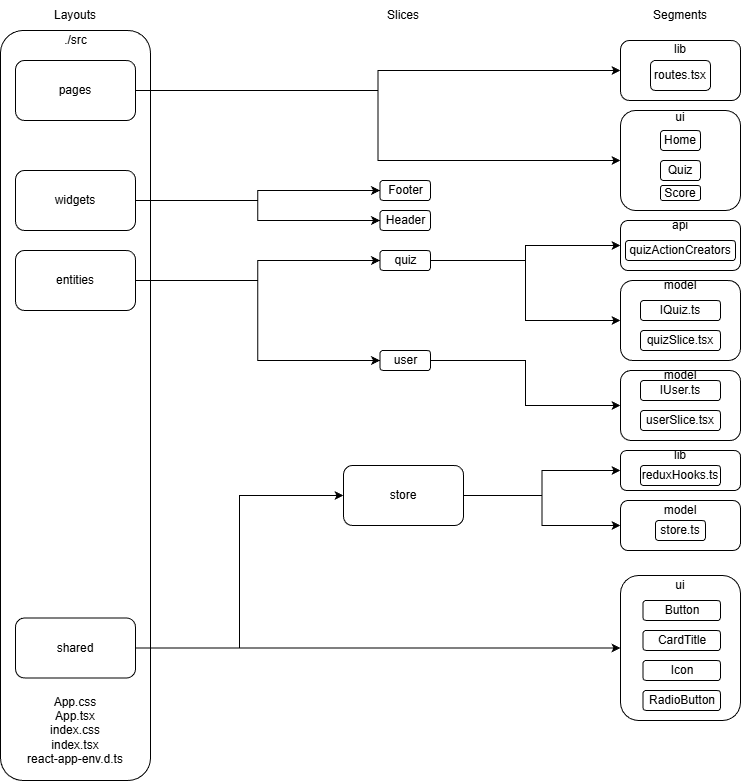
Above: Application-architecture.png in ephadeev/365Scores-Quiz (draw.io), before the change. Source tidied: cells renumbered, new cells last; positions are measured from the earlier drawing's top-left corner, leaving out a move shared by most shapes.
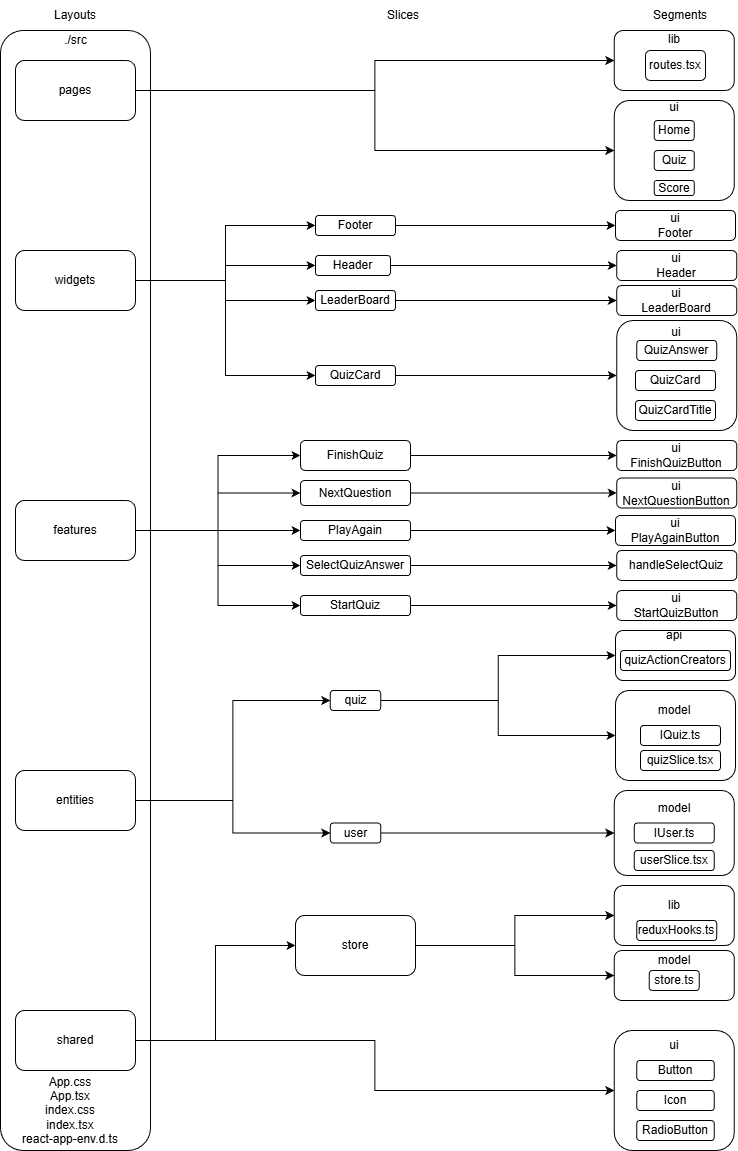
After the change.

Commit message:
fixed Application-architecture scheme according to the last changes in project

What changed in the source:
```diff
@@ -3,7 +3,7 @@
     <mxCell id="0" />
     <mxCell id="1" parent="0" />
     <mxCell id="2" style="rounded=1;whiteSpace=wrap;html=1;" parent="1" vertex="1">
-      <mxGeometry y="30" width="150" height="750" as="geometry" />
+      <mxGeometry y="30" width="150" height="1120" as="geometry" />
     </mxCell>
     <mxCell id="3" value="./src" style="text;html=1;whiteSpace=wrap;strokeColor=none;fillColor=none;align=center;verticalAlign=middle;rounded=0;" parent="1" vertex="1">
       <mxGeometry x="52.5" y="30" width="45" height="20" as="geometry" />
@@ -15,7 +15,7 @@
       <mxGeometry relative="1" as="geometry" />
     </mxCell>
     <mxCell id="6" value="entities" style="rounded=1;whiteSpace=wrap;html=1;" parent="1" vertex="1">
-      <mxGeometry x="15" y="250" width="120" height="60" as="geometry" />
+      <mxGeometry x="15" y="770" width="120" height="60" as="geometry" />
     </mxCell>
     <mxCell id="7" style="edgeStyle=orthogonalEdgeStyle;rounded=0;jettySize=auto;html=1;entryX=0;entryY=0.5;entryDx=0;entryDy=0;" parent="1" edge="1" source="9" target="46">
       <mxGeometry relative="1" as="geometry" />
@@ -24,7 +24,7 @@
       <mxGeometry relative="1" as="geometry" />
     </mxCell>
     <mxCell id="9" value="shared" style="rounded=1;whiteSpace=wrap;html=1;" parent="1" vertex="1">
-      <mxGeometry x="15" y="617.5" width="120" height="60" as="geometry" />
+      <mxGeometry x="15" y="1010" width="120" height="60" as="geometry" />
     </mxCell>
     <mxCell id="10" style="edgeStyle=orthogonalEdgeStyle;rounded=0;jettySize=auto;html=1;entryX=0;entryY=0.5;entryDx=0;entryDy=0;" parent="1" edge="1" source="12" target="26">
       <mxGeometry relative="1" as="geometry" />
@@ -32,8 +32,14 @@
     <mxCell id="11" style="edgeStyle=orthogonalEdgeStyle;rounded=0;jettySize=auto;html=1;entryX=0;entryY=0.5;entryDx=0;entryDy=0;" parent="1" edge="1" source="12" target="27">
       <mxGeometry relative="1" as="geometry" />
     </mxCell>
+    <mxCell id="59" style="edgeStyle=orthogonalEdgeStyle;rounded=0;jettySize=auto;html=1;entryX=0;entryY=0.5;entryDx=0;entryDy=0;" parent="1" edge="1" source="12" target="70">
+      <mxGeometry relative="1" as="geometry" />
+    </mxCell>
+    <mxCell id="60" style="edgeStyle=orthogonalEdgeStyle;rounded=0;jettySize=auto;html=1;entryX=0;entryY=0.5;entryDx=0;entryDy=0;" parent="1" edge="1" source="12" target="72">
+      <mxGeometry relative="1" as="geometry" />
+    </mxCell>
     <mxCell id="12" value="widgets" style="rounded=1;whiteSpace=wrap;html=1;" parent="1" vertex="1">
-      <mxGeometry x="15" y="170" width="120" height="60" as="geometry" />
+      <mxGeometry x="15" y="250" width="120" height="60" as="geometry" />
     </mxCell>
     <mxCell id="13" style="edgeStyle=orthogonalEdgeStyle;rounded=0;jettySize=auto;html=1;entryX=0;entryY=0.5;entryDx=0;entryDy=0;" parent="1" edge="1" source="15" target="20">
       <mxGeometry relative="1" as="geometry" />
@@ -44,9 +50,6 @@
     <mxCell id="15" value="pages" style="rounded=1;whiteSpace=wrap;html=1;" parent="1" vertex="1">
       <mxGeometry x="15" y="60" width="120" height="60" as="geometry" />
     </mxCell>
-    <mxCell id="16" value="App.css&lt;div&gt;App.tsx&lt;/div&gt;&lt;div&gt;index.css&lt;/div&gt;&lt;div&gt;index.tsx&lt;/div&gt;&lt;div&gt;react-app-env.d.ts&lt;/div&gt;" style="text;html=1;whiteSpace=wrap;strokeColor=none;fillColor=none;align=center;verticalAlign=middle;rounded=0;" parent="1" vertex="1">
-      <mxGeometry x="20" y="690" width="110" height="80" as="geometry" />
-    </mxCell>
     <mxCell id="17" value="Layouts" style="text;html=1;whiteSpace=wrap;strokeColor=none;fillColor=none;align=center;verticalAlign=middle;rounded=0;" parent="1" vertex="1">
       <mxGeometry x="45" width="60" height="30" as="geometry" />
     </mxCell>
@@ -57,28 +60,34 @@
       <mxGeometry x="373" width="60" height="30" as="geometry" />
     </mxCell>
     <mxCell id="20" value="lib&lt;div&gt;&lt;br&gt;&lt;/div&gt;&lt;div&gt;&lt;br&gt;&lt;/div&gt;&lt;div&gt;&lt;br&gt;&lt;/div&gt;" style="rounded=1;whiteSpace=wrap;html=1;" parent="1" vertex="1">
-      <mxGeometry x="620" y="40" width="120" height="60" as="geometry" />
+      <mxGeometry x="613.8" y="30" width="120" height="60" as="geometry" />
     </mxCell>
     <mxCell id="21" value="ui&lt;div&gt;&lt;br&gt;&lt;/div&gt;&lt;div&gt;&lt;br&gt;&lt;/div&gt;&lt;div&gt;&lt;br&gt;&lt;/div&gt;&lt;div&gt;&lt;br&gt;&lt;/div&gt;&lt;div&gt;&lt;br&gt;&lt;/div&gt;&lt;div&gt;&lt;br&gt;&lt;/div&gt;" style="rounded=1;whiteSpace=wrap;html=1;" parent="1" vertex="1">
-      <mxGeometry x="620" y="110" width="120" height="100" as="geometry" />
+      <mxGeometry x="613.8" y="100" width="120" height="100" as="geometry" />
     </mxCell>
     <mxCell id="22" value="routes.tsx" style="rounded=1;whiteSpace=wrap;html=1;" parent="1" vertex="1">
-      <mxGeometry x="650" y="60" width="60" height="30" as="geometry" />
+      <mxGeometry x="645" y="50" width="60" height="30" as="geometry" />
     </mxCell>
     <mxCell id="23" value="Home" style="rounded=1;whiteSpace=wrap;html=1;" parent="1" vertex="1">
-      <mxGeometry x="660" y="130" width="40" height="20" as="geometry" />
+      <mxGeometry x="653.8" y="120" width="40" height="20" as="geometry" />
     </mxCell>
     <mxCell id="24" value="Quiz" style="rounded=1;whiteSpace=wrap;html=1;" parent="1" vertex="1">
-      <mxGeometry x="660" y="160" width="40" height="20" as="geometry" />
+      <mxGeometry x="653.8" y="150" width="40" height="20" as="geometry" />
     </mxCell>
     <mxCell id="25" value="Score" style="rounded=1;whiteSpace=wrap;html=1;" parent="1" vertex="1">
-      <mxGeometry x="660" y="185" width="40" height="15" as="geometry" />
+      <mxGeometry x="653.8" y="180" width="40" height="15" as="geometry" />
     </mxCell>
+    <mxCell id="61" style="edgeStyle=orthogonalEdgeStyle;rounded=0;jettySize=auto;html=1;entryX=0;entryY=0.5;entryDx=0;entryDy=0;" parent="1" edge="1" source="26" target="91">
+      <mxGeometry relative="1" as="geometry" />
+    </mxCell>
     <mxCell id="26" value="Footer" style="rounded=1;whiteSpace=wrap;html=1;" parent="1" vertex="1">
-      <mxGeometry x="379.5" y="180" width="50.5" height="20" as="geometry" />
+      <mxGeometry x="315" y="215" width="80" height="20" as="geometry" />
     </mxCell>
+    <mxCell id="62" style="edgeStyle=orthogonalEdgeStyle;rounded=0;jettySize=auto;html=1;entryX=0;entryY=0.5;entryDx=0;entryDy=0;" parent="1" edge="1" source="27" target="90">
+      <mxGeometry relative="1" as="geometry" />
+    </mxCell>
     <mxCell id="27" value="Header" style="rounded=1;whiteSpace=wrap;html=1;" parent="1" vertex="1">
-      <mxGeometry x="379.5" y="210" width="50.5" height="20" as="geometry" />
+      <mxGeometry x="315" y="255" width="75" height="20" as="geometry" />
     </mxCell>
     <mxCell id="28" style="edgeStyle=orthogonalEdgeStyle;rounded=0;jettySize=auto;html=1;entryX=0;entryY=0.5;entryDx=0;entryDy=0;" parent="1" edge="1" source="30" target="33">
       <mxGeometry relative="1" as="geometry" />
@@ -87,46 +96,46 @@
       <mxGeometry relative="1" as="geometry" />
     </mxCell>
     <mxCell id="30" value="quiz" style="rounded=1;whiteSpace=wrap;html=1;" parent="1" vertex="1">
-      <mxGeometry x="379.5" y="250" width="50.5" height="20" as="geometry" />
+      <mxGeometry x="329.8" y="690" width="50.5" height="20" as="geometry" />
     </mxCell>
     <mxCell id="31" style="edgeStyle=orthogonalEdgeStyle;rounded=0;jettySize=auto;html=1;entryX=0;entryY=0.5;entryDx=0;entryDy=0;" parent="1" edge="1" source="32" target="40">
       <mxGeometry relative="1" as="geometry" />
     </mxCell>
     <mxCell id="32" value="user" style="rounded=1;whiteSpace=wrap;html=1;" parent="1" vertex="1">
-      <mxGeometry x="379.5" y="350" width="50.5" height="20" as="geometry" />
+      <mxGeometry x="329.8" y="822.5" width="50.5" height="20" as="geometry" />
     </mxCell>
     <mxCell id="33" style="rounded=1;whiteSpace=wrap;html=1;" parent="1" vertex="1">
-      <mxGeometry x="620" y="220" width="120" height="50" as="geometry" />
+      <mxGeometry x="615" y="630" width="120" height="50" as="geometry" />
     </mxCell>
     <mxCell id="34" value="api" style="text;html=1;whiteSpace=wrap;strokeColor=none;fillColor=none;align=center;verticalAlign=middle;rounded=0;" parent="1" vertex="1">
-      <mxGeometry x="650" y="210" width="60" height="30" as="geometry" />
+      <mxGeometry x="643.8" y="620" width="60" height="30" as="geometry" />
     </mxCell>
     <mxCell id="35" style="rounded=1;whiteSpace=wrap;html=1;" parent="1" vertex="1">
-      <mxGeometry x="620" y="280" width="120" height="80" as="geometry" />
+      <mxGeometry x="615" y="690" width="120" height="90" as="geometry" />
     </mxCell>
     <mxCell id="36" value="model" style="text;html=1;whiteSpace=wrap;strokeColor=none;fillColor=none;align=center;verticalAlign=middle;rounded=0;" parent="1" vertex="1">
-      <mxGeometry x="650" y="270" width="60" height="30" as="geometry" />
+      <mxGeometry x="643.8" y="695" width="60" height="30" as="geometry" />
     </mxCell>
     <mxCell id="37" value="quizActionCreators" style="rounded=1;whiteSpace=wrap;html=1;" parent="1" vertex="1">
-      <mxGeometry x="625" y="240" width="110" height="20" as="geometry" />
+      <mxGeometry x="620" y="650" width="110" height="20" as="geometry" />
     </mxCell>
     <mxCell id="38" value="IQuiz.ts" style="rounded=1;whiteSpace=wrap;html=1;" parent="1" vertex="1">
-      <mxGeometry x="640" y="300" width="80" height="20" as="geometry" />
+      <mxGeometry x="640" y="725" width="80" height="20" as="geometry" />
     </mxCell>
     <mxCell id="39" value="quizSlice.tsx" style="rounded=1;whiteSpace=wrap;html=1;" parent="1" vertex="1">
-      <mxGeometry x="640" y="330" width="80" height="20" as="geometry" />
+      <mxGeometry x="640" y="750" width="80" height="20" as="geometry" />
     </mxCell>
     <mxCell id="40" style="rounded=1;whiteSpace=wrap;html=1;" parent="1" vertex="1">
-      <mxGeometry x="620" y="370" width="120" height="70" as="geometry" />
+      <mxGeometry x="613.8" y="790" width="120" height="85" as="geometry" />
     </mxCell>
     <mxCell id="41" value="model" style="text;html=1;whiteSpace=wrap;strokeColor=none;fillColor=none;align=center;verticalAlign=middle;rounded=0;" parent="1" vertex="1">
-      <mxGeometry x="650" y="360" width="60" height="30" as="geometry" />
+      <mxGeometry x="643.8" y="792.5" width="60" height="30" as="geometry" />
     </mxCell>
     <mxCell id="42" value="IUser.ts" style="rounded=1;whiteSpace=wrap;html=1;" parent="1" vertex="1">
-      <mxGeometry x="640" y="380" width="80" height="20" as="geometry" />
+      <mxGeometry x="633.8" y="822.5" width="80" height="20" as="geometry" />
     </mxCell>
     <mxCell id="43" value="userSlice.tsx" style="rounded=1;whiteSpace=wrap;html=1;" parent="1" vertex="1">
-      <mxGeometry x="640" y="410" width="80" height="20" as="geometry" />
+      <mxGeometry x="633.8" y="850" width="80" height="20" as="geometry" />
     </mxCell>
     <mxCell id="44" style="edgeStyle=orthogonalEdgeStyle;rounded=0;jettySize=auto;html=1;entryX=0;entryY=0.5;entryDx=0;entryDy=0;" parent="1" edge="1" source="46" target="47">
       <mxGeometry relative="1" as="geometry" />
@@ -135,43 +144,139 @@
       <mxGeometry relative="1" as="geometry" />
     </mxCell>
     <mxCell id="46" value="store" style="rounded=1;whiteSpace=wrap;html=1;" parent="1" vertex="1">
-      <mxGeometry x="343" y="465" width="120" height="60" as="geometry" />
+      <mxGeometry x="295" y="915" width="120" height="60" as="geometry" />
     </mxCell>
     <mxCell id="47" style="rounded=1;whiteSpace=wrap;html=1;" parent="1" vertex="1">
-      <mxGeometry x="620" y="450" width="120" height="40" as="geometry" />
+      <mxGeometry x="613.8" y="885" width="120" height="60" as="geometry" />
     </mxCell>
     <mxCell id="48" value="reduxHooks.ts" style="rounded=1;whiteSpace=wrap;html=1;" parent="1" vertex="1">
-      <mxGeometry x="640" y="465" width="80" height="20" as="geometry" />
+      <mxGeometry x="636.2" y="920" width="80" height="20" as="geometry" />
     </mxCell>
     <mxCell id="49" value="lib" style="text;html=1;whiteSpace=wrap;strokeColor=none;fillColor=none;align=center;verticalAlign=middle;rounded=0;" parent="1" vertex="1">
-      <mxGeometry x="650" y="440" width="60" height="30" as="geometry" />
+      <mxGeometry x="643.8" y="890" width="60" height="30" as="geometry" />
     </mxCell>
     <mxCell id="50" style="rounded=1;whiteSpace=wrap;html=1;" parent="1" vertex="1">
-      <mxGeometry x="620" y="500" width="120" height="50" as="geometry" />
+      <mxGeometry x="613.8" y="950" width="120" height="50" as="geometry" />
     </mxCell>
     <mxCell id="51" value="model" style="text;html=1;whiteSpace=wrap;strokeColor=none;fillColor=none;align=center;verticalAlign=middle;rounded=0;" parent="1" vertex="1">
-      <mxGeometry x="650" y="495" width="60" height="30" as="geometry" />
+      <mxGeometry x="643.8" y="945" width="60" height="30" as="geometry" />
     </mxCell>
     <mxCell id="52" value="store.ts" style="rounded=1;whiteSpace=wrap;html=1;" parent="1" vertex="1">
-      <mxGeometry x="655" y="520" width="50" height="20" as="geometry" />
+      <mxGeometry x="648.8" y="970" width="50" height="20" as="geometry" />
     </mxCell>
     <mxCell id="53" style="rounded=1;whiteSpace=wrap;html=1;" parent="1" vertex="1">
-      <mxGeometry x="620" y="575" width="120" height="145" as="geometry" />
+      <mxGeometry x="613.8" y="1030" width="120" height="120" as="geometry" />
     </mxCell>
     <mxCell id="54" value="ui" style="text;html=1;whiteSpace=wrap;strokeColor=none;fillColor=none;align=center;verticalAlign=middle;rounded=0;" parent="1" vertex="1">
-      <mxGeometry x="650" y="570" width="60" height="30" as="geometry" />
+      <mxGeometry x="643.8" y="1040" width="60" height="10" as="geometry" />
     </mxCell>
     <mxCell id="55" value="Button" style="rounded=1;whiteSpace=wrap;html=1;" parent="1" vertex="1">
-      <mxGeometry x="642.5" y="600" width="77.5" height="20" as="geometry" />
+      <mxGeometry x="636.2" y="1060" width="77.5" height="20" as="geometry" />
     </mxCell>
-    <mxCell id="56" value="CardTitle" style="rounded=1;whiteSpace=wrap;html=1;" parent="1" vertex="1">
-      <mxGeometry x="642.5" y="630" width="77.5" height="20" as="geometry" />
-    </mxCell>
     <mxCell id="57" value="Icon" style="rounded=1;whiteSpace=wrap;html=1;" parent="1" vertex="1">
-      <mxGeometry x="642.5" y="660" width="77.5" height="20" as="geometry" />
+      <mxGeometry x="636.2" y="1090" width="77.5" height="20" as="geometry" />
     </mxCell>
     <mxCell id="58" value="RadioButton" style="rounded=1;whiteSpace=wrap;html=1;" parent="1" vertex="1">
-      <mxGeometry x="642.5" y="690" width="77.5" height="20" as="geometry" />
+      <mxGeometry x="636.2" y="1120" width="77.5" height="20" as="geometry" />
     </mxCell>
+    <mxCell id="63" style="edgeStyle=orthogonalEdgeStyle;rounded=0;jettySize=auto;html=1;entryX=0;entryY=0.5;entryDx=0;entryDy=0;" parent="1" edge="1" source="68" target="74">
+      <mxGeometry relative="1" as="geometry" />
+    </mxCell>
+    <mxCell id="64" style="edgeStyle=orthogonalEdgeStyle;rounded=0;jettySize=auto;html=1;entryX=0;entryY=0.5;entryDx=0;entryDy=0;" parent="1" edge="1" source="68" target="77">
+      <mxGeometry relative="1" as="geometry" />
+    </mxCell>
+    <mxCell id="65" style="edgeStyle=orthogonalEdgeStyle;rounded=0;jettySize=auto;html=1;entryX=0;entryY=0.5;entryDx=0;entryDy=0;" parent="1" edge="1" source="68" target="79">
+      <mxGeometry relative="1" as="geometry" />
+    </mxCell>
+    <mxCell id="66" style="edgeStyle=orthogonalEdgeStyle;rounded=0;jettySize=auto;html=1;" parent="1" edge="1" source="68" target="83">
+      <mxGeometry relative="1" as="geometry" />
+    </mxCell>
+    <mxCell id="67" style="edgeStyle=orthogonalEdgeStyle;rounded=0;jettySize=auto;html=1;entryX=0;entryY=0.5;entryDx=0;entryDy=0;" parent="1" edge="1" source="68" target="81">
+      <mxGeometry relative="1" as="geometry" />
+    </mxCell>
+    <mxCell id="68" value="features" style="rounded=1;whiteSpace=wrap;html=1;" parent="1" vertex="1">
+      <mxGeometry x="15" y="500" width="120" height="60" as="geometry" />
+    </mxCell>
+    <mxCell id="69" style="edgeStyle=orthogonalEdgeStyle;rounded=0;jettySize=auto;html=1;entryX=0;entryY=0.5;entryDx=0;entryDy=0;" parent="1" edge="1" source="70" target="89">
+      <mxGeometry relative="1" as="geometry" />
+    </mxCell>
+    <mxCell id="70" value="LeaderBoard" style="rounded=1;whiteSpace=wrap;html=1;" parent="1" vertex="1">
+      <mxGeometry x="315" y="290" width="80" height="20" as="geometry" />
+    </mxCell>
+    <mxCell id="71" style="edgeStyle=orthogonalEdgeStyle;rounded=0;jettySize=auto;html=1;entryX=0;entryY=0.5;entryDx=0;entryDy=0;" parent="1" edge="1" source="72" target="88">
+      <mxGeometry relative="1" as="geometry" />
+    </mxCell>
+    <mxCell id="72" value="QuizCard" style="rounded=1;whiteSpace=wrap;html=1;" parent="1" vertex="1">
+      <mxGeometry x="315" y="365" width="80" height="20" as="geometry" />
+    </mxCell>
+    <mxCell id="16" value="App.css&lt;div&gt;App.tsx&lt;/div&gt;&lt;div&gt;index.css&lt;/div&gt;&lt;div&gt;index.tsx&lt;/div&gt;&lt;div&gt;react-app-env.d.ts&lt;/div&gt;" style="text;html=1;whiteSpace=wrap;strokeColor=none;fillColor=none;align=center;verticalAlign=middle;rounded=0;" parent="1" vertex="1">
+      <mxGeometry x="15" y="1070" width="110" height="80" as="geometry" />
+    </mxCell>
+    <mxCell id="73" style="edgeStyle=orthogonalEdgeStyle;rounded=0;jettySize=auto;html=1;entryX=0;entryY=0.5;entryDx=0;entryDy=0;" parent="1" edge="1" source="74" target="75">
+      <mxGeometry relative="1" as="geometry" />
+    </mxCell>
+    <mxCell id="74" value="FinishQuiz" style="rounded=1;whiteSpace=wrap;html=1;" parent="1" vertex="1">
+      <mxGeometry x="300" y="440" width="110" height="30" as="geometry" />
+    </mxCell>
+    <mxCell id="75" value="&lt;div&gt;ui&lt;/div&gt;FinishQuizButton" style="rounded=1;whiteSpace=wrap;html=1;" parent="1" vertex="1">
+      <mxGeometry x="616.2" y="440" width="120" height="30" as="geometry" />
+    </mxCell>
+    <mxCell id="76" style="edgeStyle=orthogonalEdgeStyle;rounded=0;jettySize=auto;html=1;entryX=0;entryY=0.5;entryDx=0;entryDy=0;" parent="1" edge="1" source="77" target="84">
+      <mxGeometry relative="1" as="geometry" />
+    </mxCell>
+    <mxCell id="77" value="NextQuestion" style="rounded=1;whiteSpace=wrap;html=1;" parent="1" vertex="1">
+      <mxGeometry x="300" y="480" width="110" height="25" as="geometry" />
+    </mxCell>
+    <mxCell id="78" style="edgeStyle=orthogonalEdgeStyle;rounded=0;jettySize=auto;html=1;entryX=0;entryY=0.5;entryDx=0;entryDy=0;" parent="1" edge="1" source="79" target="85">
+      <mxGeometry relative="1" as="geometry" />
+    </mxCell>
+    <mxCell id="79" value="PlayAgain" style="rounded=1;whiteSpace=wrap;html=1;" parent="1" vertex="1">
+      <mxGeometry x="300" y="520" width="110" height="20" as="geometry" />
+    </mxCell>
+    <mxCell id="80" style="edgeStyle=orthogonalEdgeStyle;rounded=0;jettySize=auto;html=1;entryX=0;entryY=0.5;entryDx=0;entryDy=0;" parent="1" edge="1" source="81" target="87">
+      <mxGeometry relative="1" as="geometry" />
+    </mxCell>
+    <mxCell id="81" value="StartQuiz" style="rounded=1;whiteSpace=wrap;html=1;" parent="1" vertex="1">
+      <mxGeometry x="300" y="595" width="110" height="20" as="geometry" />
+    </mxCell>
+    <mxCell id="82" style="edgeStyle=orthogonalEdgeStyle;rounded=0;jettySize=auto;html=1;entryX=0;entryY=0.5;entryDx=0;entryDy=0;" parent="1" edge="1" source="83" target="86">
+      <mxGeometry relative="1" as="geometry" />
+    </mxCell>
+    <mxCell id="83" value="SelectQuizAnswer" style="rounded=1;whiteSpace=wrap;html=1;fillColor=light-dark(#FFFFFF,#FF0000);" parent="1" vertex="1">
+      <mxGeometry x="300" y="555" width="110" height="20" as="geometry" />
+    </mxCell>
+    <mxCell id="84" value="&lt;div&gt;ui&lt;/div&gt;NextQuestionButton" style="rounded=1;whiteSpace=wrap;html=1;" parent="1" vertex="1">
+      <mxGeometry x="616.2" y="477.5" width="120" height="30" as="geometry" />
+    </mxCell>
+    <mxCell id="85" value="&lt;div&gt;ui&lt;/div&gt;PlayAgainButton" style="rounded=1;whiteSpace=wrap;html=1;" parent="1" vertex="1">
+      <mxGeometry x="615" y="515" width="120" height="30" as="geometry" />
+    </mxCell>
+    <mxCell id="86" value="handleSelectQuiz" style="rounded=1;whiteSpace=wrap;html=1;fillColor=light-dark(#FFFFFF,#FF0000);" parent="1" vertex="1">
+      <mxGeometry x="616.2" y="550" width="120" height="30" as="geometry" />
+    </mxCell>
+    <mxCell id="87" value="&lt;div&gt;ui&lt;/div&gt;StartQuizButton" style="rounded=1;whiteSpace=wrap;html=1;" parent="1" vertex="1">
+      <mxGeometry x="616.2" y="590" width="120" height="30" as="geometry" />
+    </mxCell>
+    <mxCell id="88" value="ui&lt;div&gt;&lt;br&gt;&lt;/div&gt;&lt;div&gt;&lt;br&gt;&lt;/div&gt;&lt;div&gt;&lt;br&gt;&lt;/div&gt;&lt;div&gt;&lt;br&gt;&lt;/div&gt;&lt;div&gt;&lt;br&gt;&lt;/div&gt;&lt;div&gt;&lt;br&gt;&lt;/div&gt;" style="rounded=1;whiteSpace=wrap;html=1;" parent="1" vertex="1">
+      <mxGeometry x="616.2" y="320" width="120" height="110" as="geometry" />
+    </mxCell>
+    <mxCell id="89" value="&lt;div&gt;ui&lt;/div&gt;LeaderBoard" style="rounded=1;whiteSpace=wrap;html=1;" parent="1" vertex="1">
+      <mxGeometry x="616.2" y="285" width="120" height="30" as="geometry" />
+    </mxCell>
+    <mxCell id="90" value="&lt;div&gt;ui&lt;/div&gt;Header" style="rounded=1;whiteSpace=wrap;html=1;" parent="1" vertex="1">
+      <mxGeometry x="616.2" y="250" width="120" height="30" as="geometry" />
+    </mxCell>
+    <mxCell id="91" value="&lt;div&gt;ui&lt;/div&gt;Footer" style="rounded=1;whiteSpace=wrap;html=1;" parent="1" vertex="1">
+      <mxGeometry x="615" y="210" width="120" height="30" as="geometry" />
+    </mxCell>
+    <mxCell id="92" value="QuizAnswer" style="rounded=1;whiteSpace=wrap;html=1;" parent="1" vertex="1">
+      <mxGeometry x="636.2" y="340" width="80" height="20" as="geometry" />
+    </mxCell>
+    <mxCell id="93" value="QuizCard" style="rounded=1;whiteSpace=wrap;html=1;" parent="1" vertex="1">
+      <mxGeometry x="635" y="370" width="80" height="20" as="geometry" />
+    </mxCell>
+    <mxCell id="94" value="QuizCardTitle" style="rounded=1;whiteSpace=wrap;html=1;" parent="1" vertex="1">
+      <mxGeometry x="635" y="400" width="80" height="20" as="geometry" />
+    </mxCell>
   </root>
 </mxGraphModel>
```
